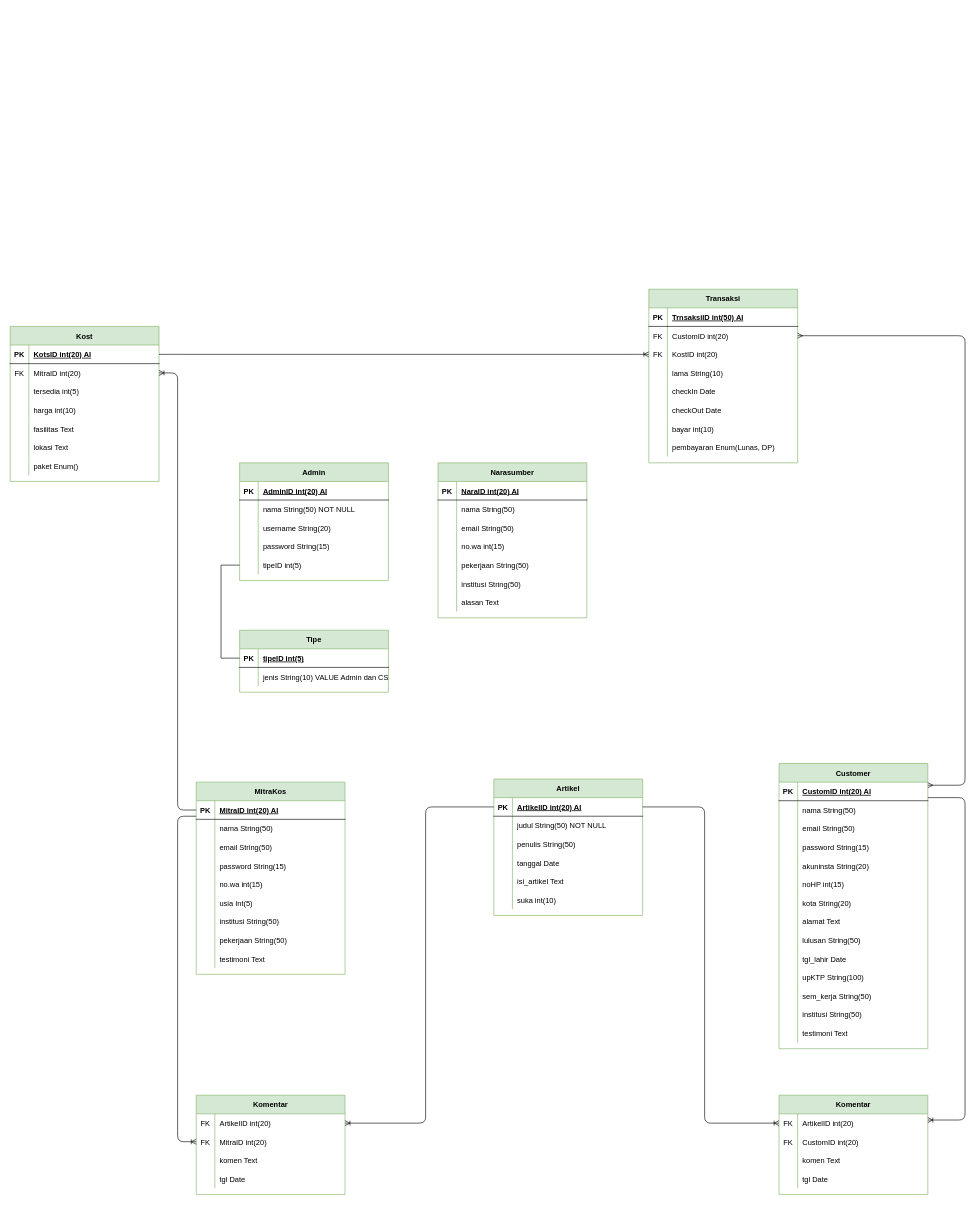
The draw.io diagram ERD TerasKos.drawio in sendy452/DIagram-Model, before the edit. Source tidied: cells renumbered, new cells numbered last; positions are measured from the earlier drawing's top-left corner, leaving out a move shared by most shapes. Both pictures are drawn from the tidied source at 62%, with x=0, y=0 at pixel (10, 289).
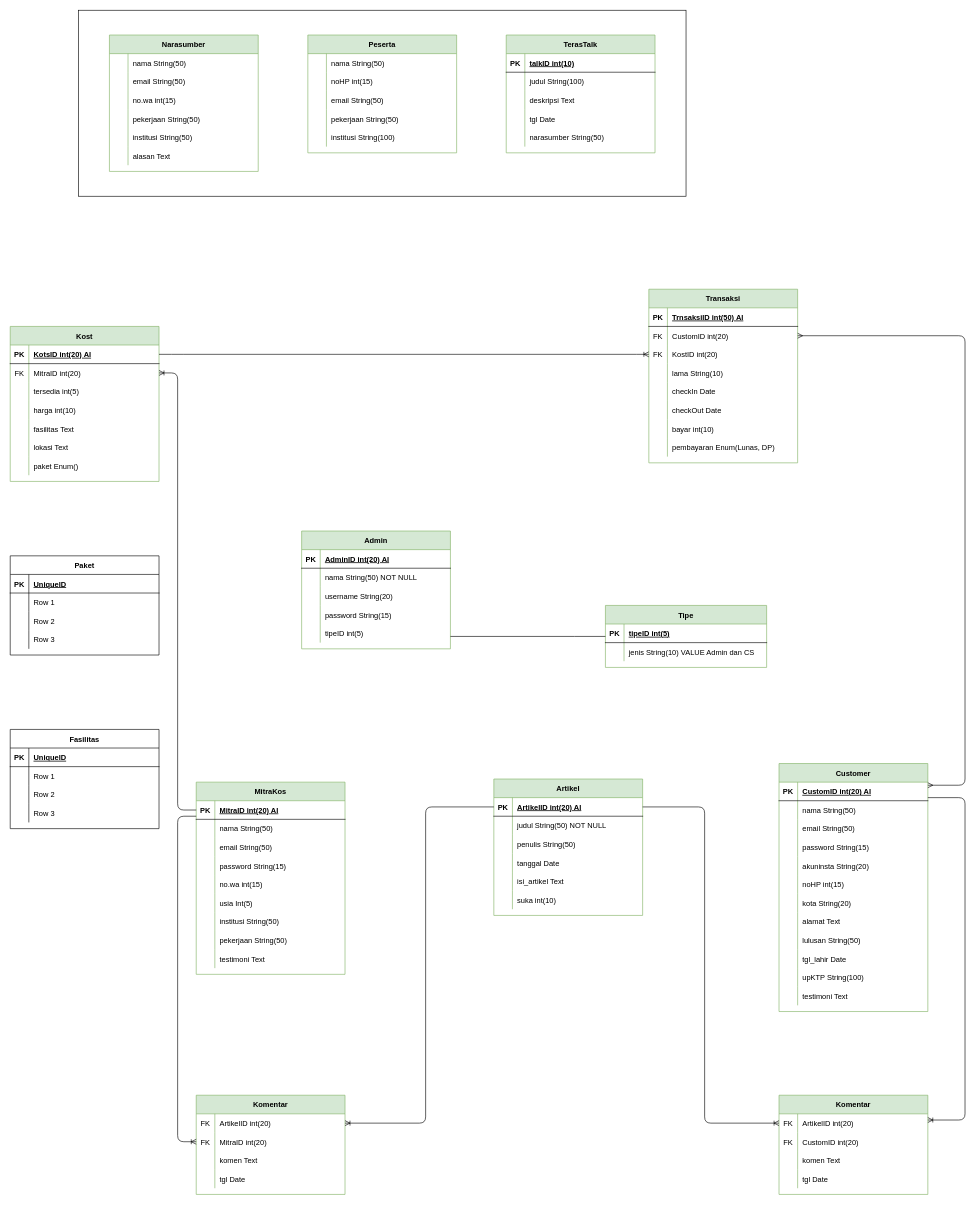
The same diagram, later.

The change refers to these unchanged cells:
```xml
<mxCell id="86" style="shape=partialRectangle;fillColor=none;top=0;left=0;bottom=0;right=0;points=[[0,0.5],[1,0.5]];portConstraint=eastwest;" parent="73" vertex="1">
  <mxGeometry y="150" width="240" height="30" as="geometry" />
</mxCell>
```

The edit, as a diff of the source:
```diff
@@
+    <mxCell id="218" style="rounded=0;whiteSpace=wrap;html=1;" parent="1" vertex="1">
+      <mxGeometry x="110" y="-450" width="980" height="300" as="geometry" />
+    </mxCell>
@@
     <mxCell id="30" value="Customer" style="shape=table;startSize=30;childLayout=tableLayout;rowLines=0;fontStyle=1;align=center;fillColor=#d5e8d4;strokeColor=#82b366;" parent="1" vertex="1">
-      <mxGeometry x="1240" y="765" width="240" height="460" as="geometry" />
+      <mxGeometry x="1240" y="765" width="240" height="400" as="geometry" />
     </mxCell>
@@
-    <mxCell id="64" style="shape=partialRectangle;fillColor=none;top=0;left=0;bottom=0;right=0;" parent="30" vertex="1">
-      <mxGeometry y="360" width="240" height="30" as="geometry" />
-    </mxCell>
-    <mxCell id="65" style="shape=partialRectangle;fillColor=none;top=0;left=0;bottom=0;right=0;overflow=hidden;" parent="64" vertex="1">
-      <mxGeometry width="30" height="30" as="geometry" />
-    </mxCell>
-    <mxCell id="66" value="sem_kerja String(50)" style="shape=partialRectangle;fillColor=none;top=0;left=0;bottom=0;right=0;align=left;spacingLeft=6;overflow=hidden;" parent="64" vertex="1">
-      <mxGeometry x="30" width="210" height="30" as="geometry" />
-    </mxCell>
-    <mxCell id="67" style="shape=partialRectangle;fillColor=none;top=0;left=0;bottom=0;right=0;" parent="30" vertex="1">
-      <mxGeometry y="390" width="240" height="30" as="geometry" />
-    </mxCell>
-    <mxCell id="68" style="shape=partialRectangle;fillColor=none;top=0;left=0;bottom=0;right=0;overflow=hidden;" parent="67" vertex="1">
-      <mxGeometry width="30" height="30" as="geometry" />
-    </mxCell>
-    <mxCell id="69" value="institusi String(50)" style="shape=partialRectangle;fillColor=none;top=0;left=0;bottom=0;right=0;align=left;spacingLeft=6;overflow=hidden;" parent="67" vertex="1">
-      <mxGeometry x="30" width="210" height="30" as="geometry" />
-    </mxCell>
     <mxCell id="70" style="shape=partialRectangle;fillColor=none;top=0;left=0;bottom=0;right=0;" parent="30" vertex="1">
-      <mxGeometry y="420" width="240" height="30" as="geometry" />
+      <mxGeometry y="360" width="240" height="30" as="geometry" />
     </mxCell>
@@
     <mxCell id="73" value="Admin" style="shape=table;startSize=30;childLayout=tableLayout;rowLines=0;fontStyle=1;align=center;fillColor=#d5e8d4;strokeColor=#82b366;" parent="1" vertex="1">
-      <mxGeometry x="370" y="280" width="240" height="190" as="geometry" />
+      <mxGeometry x="470" y="390" width="240" height="190" as="geometry" />
     </mxCell>
@@
     <mxCell id="108" value="Narasumber" style="shape=table;startSize=30;childLayout=tableLayout;rowLines=0;fontStyle=1;align=center;fillColor=#d5e8d4;strokeColor=#82b366;" parent="1" vertex="1">
-      <mxGeometry x="690" y="280" width="240" height="250" as="geometry" />
+      <mxGeometry x="160" y="-410" width="240" height="220" as="geometry" />
     </mxCell>
-    <mxCell id="109" style="shape=partialRectangle;fillColor=none;top=0;left=0;bottom=1;right=0;" parent="108" vertex="1">
-      <mxGeometry y="30" width="240" height="30" as="geometry" />
-    </mxCell>
-    <mxCell id="110" value="PK" style="shape=partialRectangle;fillColor=none;top=0;left=0;bottom=0;right=0;fontStyle=1;overflow=hidden;" parent="109" vertex="1">
-      <mxGeometry width="30" height="30" as="geometry" />
-    </mxCell>
-    <mxCell id="111" value="NaraID int(20) AI" style="shape=partialRectangle;fillColor=none;top=0;left=0;bottom=0;right=0;align=left;spacingLeft=6;fontStyle=5;overflow=hidden;" parent="109" vertex="1">
-      <mxGeometry x="30" width="210" height="30" as="geometry" />
-    </mxCell>
     <mxCell id="112" style="shape=partialRectangle;fillColor=none;top=0;left=0;bottom=0;right=0;" parent="108" vertex="1">
-      <mxGeometry y="60" width="240" height="30" as="geometry" />
+      <mxGeometry y="30" width="240" height="30" as="geometry" />
     </mxCell>
@@
     <mxCell id="115" style="shape=partialRectangle;fillColor=none;top=0;left=0;bottom=0;right=0;" parent="108" vertex="1">
-      <mxGeometry y="90" width="240" height="30" as="geometry" />
+      <mxGeometry y="60" width="240" height="30" as="geometry" />
     </mxCell>
@@
     <mxCell id="118" style="shape=partialRectangle;fillColor=none;top=0;left=0;bottom=0;right=0;" parent="108" vertex="1">
-      <mxGeometry y="120" width="240" height="30" as="geometry" />
+      <mxGeometry y="90" width="240" height="30" as="geometry" />
     </mxCell>
@@
     <mxCell id="121" style="shape=partialRectangle;fillColor=none;top=0;left=0;bottom=0;right=0;" parent="108" vertex="1">
-      <mxGeometry y="150" width="240" height="30" as="geometry" />
+      <mxGeometry y="120" width="240" height="30" as="geometry" />
     </mxCell>
@@
     <mxCell id="124" style="shape=partialRectangle;fillColor=none;top=0;left=0;bottom=0;right=0;" parent="108" vertex="1">
-      <mxGeometry y="180" width="240" height="30" as="geometry" />
+      <mxGeometry y="150" width="240" height="30" as="geometry" />
     </mxCell>
@@
     <mxCell id="127" style="shape=partialRectangle;fillColor=none;top=0;left=0;bottom=0;right=0;" parent="108" vertex="1">
-      <mxGeometry y="210" width="240" height="30" as="geometry" />
+      <mxGeometry y="180" width="240" height="30" as="geometry" />
     </mxCell>
@@
     <mxCell id="210" value="Tipe" style="shape=table;startSize=30;childLayout=tableLayout;rowLines=0;fontStyle=1;align=center;fillColor=#d5e8d4;strokeColor=#82b366;" parent="1" vertex="1">
-      <mxGeometry x="370" y="550" width="240" height="100" as="geometry" />
+      <mxGeometry x="960" y="510" width="260" height="100" as="geometry" />
     </mxCell>
     <mxCell id="211" style="shape=partialRectangle;fillColor=none;top=0;left=0;bottom=1;right=0;points=[[0,0.5],[1,0.5]];portConstraint=eastwest;" parent="210" vertex="1">
-      <mxGeometry y="30" width="240" height="30" as="geometry" />
+      <mxGeometry y="30" width="260" height="30" as="geometry" />
     </mxCell>
@@
     <mxCell id="213" value="tipeID int(5)" style="shape=partialRectangle;fillColor=none;top=0;left=0;bottom=0;right=0;align=left;spacingLeft=6;fontStyle=5;overflow=hidden;" parent="211" vertex="1">
-      <mxGeometry x="30" width="210" height="30" as="geometry" />
+      <mxGeometry x="30" width="230" height="30" as="geometry" />
     </mxCell>
     <mxCell id="214" style="shape=partialRectangle;fillColor=none;top=0;left=0;bottom=0;right=0;" parent="210" vertex="1">
-      <mxGeometry y="60" width="240" height="30" as="geometry" />
+      <mxGeometry y="60" width="260" height="30" as="geometry" />
     </mxCell>
@@
     <mxCell id="216" value="jenis String(10) VALUE Admin dan CS" style="shape=partialRectangle;fillColor=none;top=0;left=0;bottom=0;right=0;align=left;spacingLeft=6;overflow=hidden;" parent="214" vertex="1">
-      <mxGeometry x="30" width="210" height="30" as="geometry" />
+      <mxGeometry x="30" width="230" height="30" as="geometry" />
     </mxCell>
     <mxCell id="217" style="endArrow=none;html=1;rounded=0;edgeStyle=orthogonalEdgeStyle;" parent="1" edge="1" source="86" target="211">
       <mxGeometry relative="1" as="geometry">
         <Array as="points">
-          <mxPoint x="340" y="445" />
-          <mxPoint x="340" y="595" />
+          <mxPoint x="910" y="560" />
+          <mxPoint x="910" y="560" />
         </Array>
       </mxGeometry>
     </mxCell>
+    <mxCell id="219" value="Paket" style="shape=table;startSize=30;childLayout=tableLayout;rowLines=0;fontStyle=1;align=center;" parent="1" vertex="1">
+      <mxGeometry y="430" width="240" height="160" as="geometry" />
+    </mxCell>
+    <mxCell id="220" style="shape=partialRectangle;fillColor=none;top=0;left=0;bottom=1;right=0;" parent="219" vertex="1">
+      <mxGeometry y="30" width="240" height="30" as="geometry" />
+    </mxCell>
+    <mxCell id="221" value="PK" style="shape=partialRectangle;fillColor=none;top=0;left=0;bottom=0;right=0;fontStyle=1;overflow=hidden;" parent="220" vertex="1">
+      <mxGeometry width="30" height="30" as="geometry" />
+    </mxCell>
+    <mxCell id="222" value="UniqueID" style="shape=partialRectangle;fillColor=none;top=0;left=0;bottom=0;right=0;align=left;spacingLeft=6;fontStyle=5;overflow=hidden;" parent="220" vertex="1">
+      <mxGeometry x="30" width="210" height="30" as="geometry" />
+    </mxCell>
+    <mxCell id="223" style="shape=partialRectangle;fillColor=none;top=0;left=0;bottom=0;right=0;" parent="219" vertex="1">
+      <mxGeometry y="60" width="240" height="30" as="geometry" />
+    </mxCell>
+    <mxCell id="224" style="shape=partialRectangle;fillColor=none;top=0;left=0;bottom=0;right=0;overflow=hidden;" parent="223" vertex="1">
+      <mxGeometry width="30" height="30" as="geometry" />
+    </mxCell>
+    <mxCell id="225" value="Row 1" style="shape=partialRectangle;fillColor=none;top=0;left=0;bottom=0;right=0;align=left;spacingLeft=6;overflow=hidden;" parent="223" vertex="1">
+      <mxGeometry x="30" width="210" height="30" as="geometry" />
+    </mxCell>
+    <mxCell id="226" style="shape=partialRectangle;fillColor=none;top=0;left=0;bottom=0;right=0;" parent="219" vertex="1">
+      <mxGeometry y="90" width="240" height="30" as="geometry" />
+    </mxCell>
+    <mxCell id="227" style="shape=partialRectangle;fillColor=none;top=0;left=0;bottom=0;right=0;overflow=hidden;" parent="226" vertex="1">
+      <mxGeometry width="30" height="30" as="geometry" />
+    </mxCell>
+    <mxCell id="228" value="Row 2" style="shape=partialRectangle;fillColor=none;top=0;left=0;bottom=0;right=0;align=left;spacingLeft=6;overflow=hidden;" parent="226" vertex="1">
+      <mxGeometry x="30" width="210" height="30" as="geometry" />
+    </mxCell>
+    <mxCell id="229" style="shape=partialRectangle;fillColor=none;top=0;left=0;bottom=0;right=0;" parent="219" vertex="1">
+      <mxGeometry y="120" width="240" height="30" as="geometry" />
+    </mxCell>
+    <mxCell id="230" style="shape=partialRectangle;fillColor=none;top=0;left=0;bottom=0;right=0;overflow=hidden;" parent="229" vertex="1">
+      <mxGeometry width="30" height="30" as="geometry" />
+    </mxCell>
+    <mxCell id="231" value="Row 3" style="shape=partialRectangle;fillColor=none;top=0;left=0;bottom=0;right=0;align=left;spacingLeft=6;overflow=hidden;" parent="229" vertex="1">
+      <mxGeometry x="30" width="210" height="30" as="geometry" />
+    </mxCell>
+    <mxCell id="232" value="Fasilitas" style="shape=table;startSize=30;childLayout=tableLayout;rowLines=0;fontStyle=1;align=center;" parent="1" vertex="1">
+      <mxGeometry y="710" width="240" height="160" as="geometry" />
+    </mxCell>
+    <mxCell id="233" style="shape=partialRectangle;fillColor=none;top=0;left=0;bottom=1;right=0;" parent="232" vertex="1">
+      <mxGeometry y="30" width="240" height="30" as="geometry" />
+    </mxCell>
+    <mxCell id="234" value="PK" style="shape=partialRectangle;fillColor=none;top=0;left=0;bottom=0;right=0;fontStyle=1;overflow=hidden;" parent="233" vertex="1">
+      <mxGeometry width="30" height="30" as="geometry" />
+    </mxCell>
+    <mxCell id="235" value="UniqueID" style="shape=partialRectangle;fillColor=none;top=0;left=0;bottom=0;right=0;align=left;spacingLeft=6;fontStyle=5;overflow=hidden;" parent="233" vertex="1">
+      <mxGeometry x="30" width="210" height="30" as="geometry" />
+    </mxCell>
+    <mxCell id="236" style="shape=partialRectangle;fillColor=none;top=0;left=0;bottom=0;right=0;" parent="232" vertex="1">
+      <mxGeometry y="60" width="240" height="30" as="geometry" />
+    </mxCell>
+    <mxCell id="237" style="shape=partialRectangle;fillColor=none;top=0;left=0;bottom=0;right=0;overflow=hidden;" parent="236" vertex="1">
+      <mxGeometry width="30" height="30" as="geometry" />
+    </mxCell>
+    <mxCell id="238" value="Row 1" style="shape=partialRectangle;fillColor=none;top=0;left=0;bottom=0;right=0;align=left;spacingLeft=6;overflow=hidden;" parent="236" vertex="1">
+      <mxGeometry x="30" width="210" height="30" as="geometry" />
+    </mxCell>
+    <mxCell id="239" style="shape=partialRectangle;fillColor=none;top=0;left=0;bottom=0;right=0;" parent="232" vertex="1">
+      <mxGeometry y="90" width="240" height="30" as="geometry" />
+    </mxCell>
+    <mxCell id="240" style="shape=partialRectangle;fillColor=none;top=0;left=0;bottom=0;right=0;overflow=hidden;" parent="239" vertex="1">
+      <mxGeometry width="30" height="30" as="geometry" />
+    </mxCell>
+    <mxCell id="241" value="Row 2" style="shape=partialRectangle;fillColor=none;top=0;left=0;bottom=0;right=0;align=left;spacingLeft=6;overflow=hidden;" parent="239" vertex="1">
+      <mxGeometry x="30" width="210" height="30" as="geometry" />
+    </mxCell>
+    <mxCell id="242" style="shape=partialRectangle;fillColor=none;top=0;left=0;bottom=0;right=0;" parent="232" vertex="1">
+      <mxGeometry y="120" width="240" height="30" as="geometry" />
+    </mxCell>
+    <mxCell id="243" style="shape=partialRectangle;fillColor=none;top=0;left=0;bottom=0;right=0;overflow=hidden;" parent="242" vertex="1">
+      <mxGeometry width="30" height="30" as="geometry" />
+    </mxCell>
+    <mxCell id="244" value="Row 3" style="shape=partialRectangle;fillColor=none;top=0;left=0;bottom=0;right=0;align=left;spacingLeft=6;overflow=hidden;" parent="242" vertex="1">
+      <mxGeometry x="30" width="210" height="30" as="geometry" />
+    </mxCell>
+    <mxCell id="245" value="Peserta" style="shape=table;startSize=30;childLayout=tableLayout;rowLines=0;fontStyle=1;align=center;fillColor=#d5e8d4;strokeColor=#82b366;" parent="1" vertex="1">
+      <mxGeometry x="480" y="-410" width="240" height="190" as="geometry" />
+    </mxCell>
+    <mxCell id="246" style="shape=partialRectangle;fillColor=none;top=0;left=0;bottom=0;right=0;" parent="245" vertex="1">
+      <mxGeometry y="30" width="240" height="30" as="geometry" />
+    </mxCell>
+    <mxCell id="247" style="shape=partialRectangle;fillColor=none;top=0;left=0;bottom=0;right=0;overflow=hidden;" parent="246" vertex="1">
+      <mxGeometry width="30" height="30" as="geometry" />
+    </mxCell>
+    <mxCell id="248" value="nama String(50)" style="shape=partialRectangle;fillColor=none;top=0;left=0;bottom=0;right=0;align=left;spacingLeft=6;overflow=hidden;" parent="246" vertex="1">
+      <mxGeometry x="30" width="210" height="30" as="geometry" />
+    </mxCell>
+    <mxCell id="249" style="shape=partialRectangle;fillColor=none;top=0;left=0;bottom=0;right=0;" parent="245" vertex="1">
+      <mxGeometry y="60" width="240" height="30" as="geometry" />
+    </mxCell>
+    <mxCell id="250" style="shape=partialRectangle;fillColor=none;top=0;left=0;bottom=0;right=0;overflow=hidden;" parent="249" vertex="1">
+      <mxGeometry width="30" height="30" as="geometry" />
+    </mxCell>
+    <mxCell id="251" value="noHP int(15)" style="shape=partialRectangle;fillColor=none;top=0;left=0;bottom=0;right=0;align=left;spacingLeft=6;overflow=hidden;" parent="249" vertex="1">
+      <mxGeometry x="30" width="210" height="30" as="geometry" />
+    </mxCell>
+    <mxCell id="252" style="shape=partialRectangle;fillColor=none;top=0;left=0;bottom=0;right=0;" parent="245" vertex="1">
+      <mxGeometry y="90" width="240" height="30" as="geometry" />
+    </mxCell>
+    <mxCell id="253" style="shape=partialRectangle;fillColor=none;top=0;left=0;bottom=0;right=0;overflow=hidden;" parent="252" vertex="1">
+      <mxGeometry width="30" height="30" as="geometry" />
+    </mxCell>
+    <mxCell id="254" value="email String(50)" style="shape=partialRectangle;fillColor=none;top=0;left=0;bottom=0;right=0;align=left;spacingLeft=6;overflow=hidden;" parent="252" vertex="1">
+      <mxGeometry x="30" width="210" height="30" as="geometry" />
+    </mxCell>
+    <mxCell id="255" style="shape=partialRectangle;fillColor=none;top=0;left=0;bottom=0;right=0;" parent="245" vertex="1">
+      <mxGeometry y="120" width="240" height="30" as="geometry" />
+    </mxCell>
+    <mxCell id="256" style="shape=partialRectangle;fillColor=none;top=0;left=0;bottom=0;right=0;overflow=hidden;" parent="255" vertex="1">
+      <mxGeometry width="30" height="30" as="geometry" />
+    </mxCell>
+    <mxCell id="257" value="pekerjaan String(50)" style="shape=partialRectangle;fillColor=none;top=0;left=0;bottom=0;right=0;align=left;spacingLeft=6;overflow=hidden;" parent="255" vertex="1">
+      <mxGeometry x="30" width="210" height="30" as="geometry" />
+    </mxCell>
+    <mxCell id="67" style="shape=partialRectangle;fillColor=none;top=0;left=0;bottom=0;right=0;" parent="245" vertex="1">
+      <mxGeometry y="150" width="240" height="30" as="geometry" />
+    </mxCell>
+    <mxCell id="68" style="shape=partialRectangle;fillColor=none;top=0;left=0;bottom=0;right=0;overflow=hidden;" parent="67" vertex="1">
+      <mxGeometry width="30" height="30" as="geometry" />
+    </mxCell>
+    <mxCell id="69" value="institusi String(100)" style="shape=partialRectangle;fillColor=none;top=0;left=0;bottom=0;right=0;align=left;spacingLeft=6;overflow=hidden;" parent="67" vertex="1">
+      <mxGeometry x="30" width="210" height="30" as="geometry" />
+    </mxCell>
+    <mxCell id="258" value="TerasTalk" style="shape=table;startSize=30;childLayout=tableLayout;rowLines=0;fontStyle=1;align=center;fillColor=#d5e8d4;strokeColor=#82b366;" parent="1" vertex="1">
+      <mxGeometry x="800" y="-410" width="240" height="190" as="geometry" />
+    </mxCell>
+    <mxCell id="259" style="shape=partialRectangle;fillColor=none;top=0;left=0;bottom=1;right=0;" parent="258" vertex="1">
+      <mxGeometry y="30" width="240" height="30" as="geometry" />
+    </mxCell>
+    <mxCell id="260" value="PK" style="shape=partialRectangle;fillColor=none;top=0;left=0;bottom=0;right=0;fontStyle=1;overflow=hidden;" parent="259" vertex="1">
+      <mxGeometry width="30" height="30" as="geometry" />
+    </mxCell>
+    <mxCell id="261" value="talkID int(10)" style="shape=partialRectangle;fillColor=none;top=0;left=0;bottom=0;right=0;align=left;spacingLeft=6;fontStyle=5;overflow=hidden;" parent="259" vertex="1">
+      <mxGeometry x="30" width="210" height="30" as="geometry" />
+    </mxCell>
+    <mxCell id="262" style="shape=partialRectangle;fillColor=none;top=0;left=0;bottom=0;right=0;" parent="258" vertex="1">
+      <mxGeometry y="60" width="240" height="30" as="geometry" />
+    </mxCell>
+    <mxCell id="263" style="shape=partialRectangle;fillColor=none;top=0;left=0;bottom=0;right=0;overflow=hidden;" parent="262" vertex="1">
+      <mxGeometry width="30" height="30" as="geometry" />
+    </mxCell>
+    <mxCell id="264" value="judul String(100)" style="shape=partialRectangle;fillColor=none;top=0;left=0;bottom=0;right=0;align=left;spacingLeft=6;overflow=hidden;" parent="262" vertex="1">
+      <mxGeometry x="30" width="210" height="30" as="geometry" />
+    </mxCell>
+    <mxCell id="265" style="shape=partialRectangle;fillColor=none;top=0;left=0;bottom=0;right=0;" parent="258" vertex="1">
+      <mxGeometry y="90" width="240" height="30" as="geometry" />
+    </mxCell>
+    <mxCell id="266" style="shape=partialRectangle;fillColor=none;top=0;left=0;bottom=0;right=0;overflow=hidden;" parent="265" vertex="1">
+      <mxGeometry width="30" height="30" as="geometry" />
+    </mxCell>
+    <mxCell id="267" value="deskripsi Text" style="shape=partialRectangle;fillColor=none;top=0;left=0;bottom=0;right=0;align=left;spacingLeft=6;overflow=hidden;" parent="265" vertex="1">
+      <mxGeometry x="30" width="210" height="30" as="geometry" />
+    </mxCell>
+    <mxCell id="268" style="shape=partialRectangle;fillColor=none;top=0;left=0;bottom=0;right=0;" parent="258" vertex="1">
+      <mxGeometry y="120" width="240" height="30" as="geometry" />
+    </mxCell>
+    <mxCell id="269" style="shape=partialRectangle;fillColor=none;top=0;left=0;bottom=0;right=0;overflow=hidden;" parent="268" vertex="1">
+      <mxGeometry width="30" height="30" as="geometry" />
+    </mxCell>
+    <mxCell id="270" value="tgl Date" style="shape=partialRectangle;fillColor=none;top=0;left=0;bottom=0;right=0;align=left;spacingLeft=6;overflow=hidden;" parent="268" vertex="1">
+      <mxGeometry x="30" width="210" height="30" as="geometry" />
+    </mxCell>
+    <mxCell id="271" style="shape=partialRectangle;fillColor=none;top=0;left=0;bottom=0;right=0;" parent="258" vertex="1">
+      <mxGeometry y="150" width="240" height="30" as="geometry" />
+    </mxCell>
+    <mxCell id="272" style="shape=partialRectangle;fillColor=none;top=0;left=0;bottom=0;right=0;overflow=hidden;" parent="271" vertex="1">
+      <mxGeometry width="30" height="30" as="geometry" />
+    </mxCell>
+    <mxCell id="273" value="narasumber String(50)" style="shape=partialRectangle;fillColor=none;top=0;left=0;bottom=0;right=0;align=left;spacingLeft=6;overflow=hidden;" parent="271" vertex="1">
+      <mxGeometry x="30" width="210" height="30" as="geometry" />
+    </mxCell>
```
